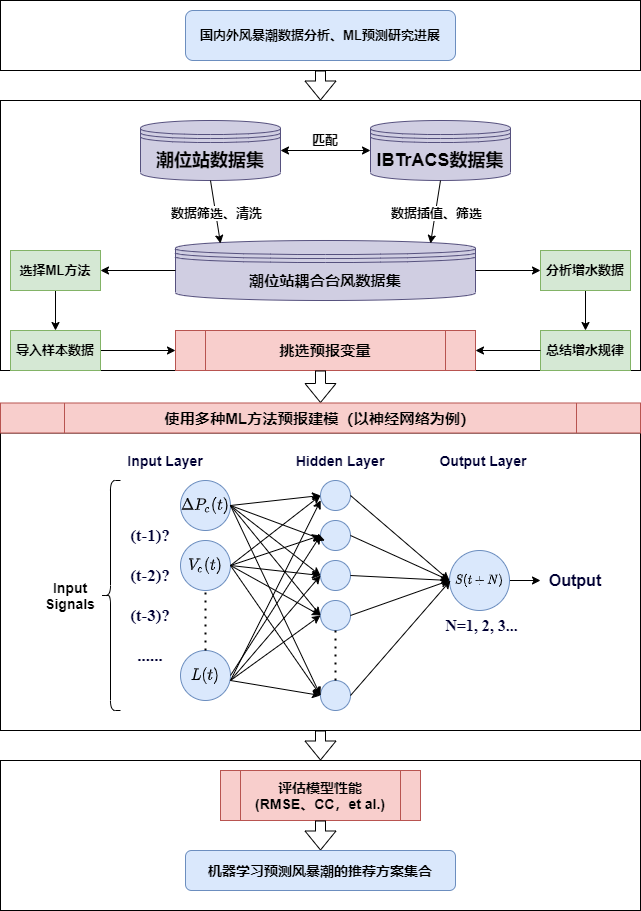
Before: 毕业设计.png, a diagram exported from draw.io (Xylitolor/Xylitolee). Source tidied: cells renumbered, new cells last; positions are measured from the earlier drawing's top-left corner, leaving out a move shared by most shapes.
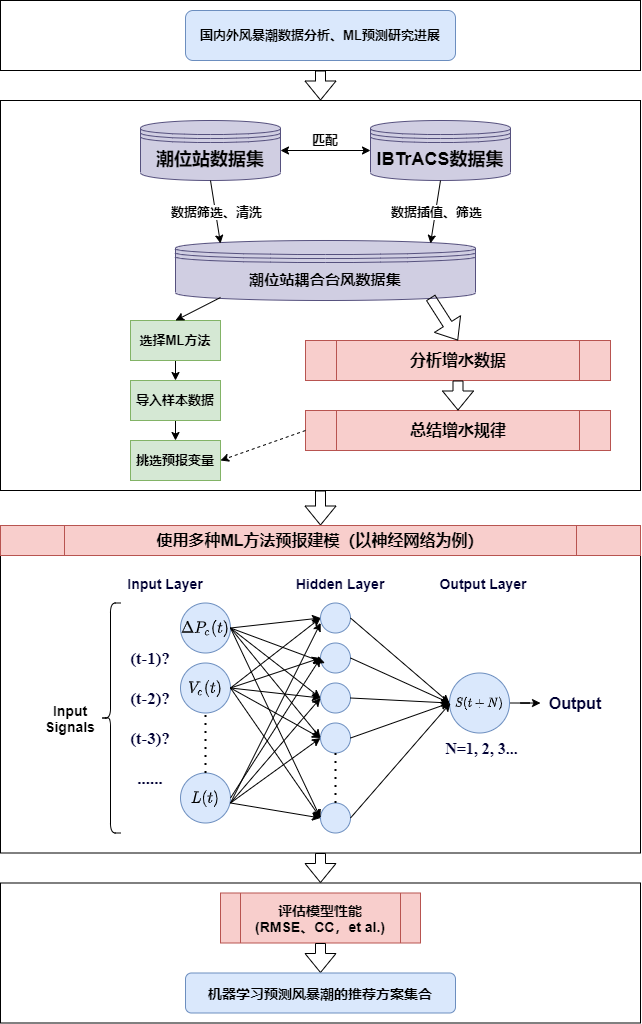
The same file after the commit.

Commit message:
更新毕业设计.png

What changed in the source:
```diff
@@ -3,68 +3,49 @@
     <mxCell id="0" />
     <mxCell id="1" parent="0" />
     <mxCell id="2" style="rounded=0;whiteSpace=wrap;html=1;labelBackgroundColor=none;fontFamily=Helvetica;fontSize=14;fontColor=#000033;" parent="1" vertex="1">
-      <mxGeometry width="640" height="70" as="geometry" />
+      <mxGeometry y="-122.5" width="640" height="70" as="geometry" />
     </mxCell>
     <mxCell id="3" style="rounded=0;whiteSpace=wrap;html=1;labelBackgroundColor=none;fontFamily=Helvetica;fontSize=14;fontColor=#000033;" parent="1" vertex="1">
-      <mxGeometry y="760" width="640" height="150" as="geometry" />
+      <mxGeometry y="760" width="640" height="140" as="geometry" />
     </mxCell>
     <mxCell id="4" style="rounded=0;whiteSpace=wrap;html=1;labelBackgroundColor=none;fontFamily=Helvetica;fontSize=13;fontColor=#000033;" parent="1" vertex="1">
-      <mxGeometry y="100" width="640" height="270" as="geometry" />
+      <mxGeometry y="-22.5" width="640" height="390" as="geometry" />
     </mxCell>
     <mxCell id="5" value="&lt;h2&gt;&lt;b&gt;潮位站数据集&lt;/b&gt;&lt;/h2&gt;" style="shape=datastore;whiteSpace=wrap;html=1;fillColor=#d0cee2;strokeColor=#56517e;" parent="1" vertex="1">
-      <mxGeometry x="140" y="120" width="140" height="60" as="geometry" />
+      <mxGeometry x="140" y="-2.5" width="140" height="60" as="geometry" />
     </mxCell>
     <mxCell id="6" value="&lt;h2&gt;IBTrACS数据集&lt;/h2&gt;" style="shape=datastore;whiteSpace=wrap;html=1;fillColor=#d0cee2;strokeColor=#56517e;" parent="1" vertex="1">
-      <mxGeometry x="370" y="120" width="140" height="60" as="geometry" />
+      <mxGeometry x="370" y="-2.5" width="140" height="60" as="geometry" />
     </mxCell>
     <mxCell id="7" style="endArrow=classic;startArrow=classic;html=1;exitX=1;exitY=0.5;exitDx=0;exitDy=0;entryX=0;entryY=0.5;entryDx=0;entryDy=0;" parent="1" edge="1" source="5" target="6">
       <mxGeometry relative="1" as="geometry" />
     </mxCell>
     <mxCell id="8" value="&lt;h6 style=&quot;font-size: 13px;&quot;&gt;匹配&lt;/h6&gt;" style="text;html=1;strokeColor=none;fillColor=none;align=center;verticalAlign=middle;whiteSpace=wrap;rounded=0;fontFamily=Helvetica;fontSize=13;" parent="1" vertex="1">
-      <mxGeometry x="305" y="130" width="40" height="20" as="geometry" />
+      <mxGeometry x="305" y="7.5" width="40" height="20" as="geometry" />
     </mxCell>
     <mxCell id="9" value="&lt;h3&gt;潮位站耦合台风数据集&lt;/h3&gt;" style="shape=datastore;whiteSpace=wrap;html=1;fontFamily=Helvetica;fontSize=13;fillColor=#d0cee2;strokeColor=#56517e;" parent="1" vertex="1">
-      <mxGeometry x="175" y="240" width="300" height="60" as="geometry" />
+      <mxGeometry x="175" y="117.5" width="300" height="60" as="geometry" />
     </mxCell>
-    <mxCell id="10" style="edgeStyle=orthogonalEdgeStyle;rounded=0;jettySize=auto;html=1;exitX=0.5;exitY=1;exitDx=0;exitDy=0;entryX=0.5;entryY=0;entryDx=0;entryDy=0;fontFamily=Helvetica;fontSize=14;fontColor=#000033;" parent="1" edge="1" source="11" target="12">
-      <mxGeometry relative="1" as="geometry" />
-    </mxCell>
-    <mxCell id="11" value="分析增水数据&lt;br&gt;" style="rounded=0;whiteSpace=wrap;html=1;fontFamily=Helvetica;fontSize=13;fillColor=#d5e8d4;strokeColor=#82b366;fontStyle=1;" parent="1" vertex="1">
-      <mxGeometry x="540" y="250" width="90" height="40" as="geometry" />
+    <mxCell id="11" value="挑选预报变量" style="rounded=0;whiteSpace=wrap;html=1;fontFamily=Helvetica;fontSize=13;fillColor=#d5e8d4;strokeColor=#82b366;fontStyle=1;" parent="1" vertex="1">
+      <mxGeometry x="130" y="317.5" width="90" height="40" as="geometry" />
     </mxCell>
-    <mxCell id="12" value="总结增水规律" style="rounded=0;whiteSpace=wrap;html=1;fontFamily=Helvetica;fontSize=13;fillColor=#d5e8d4;strokeColor=#82b366;fontStyle=1;" parent="1" vertex="1">
-      <mxGeometry x="540" y="330" width="90" height="40" as="geometry" />
-    </mxCell>
-    <mxCell id="13" style="edgeStyle=orthogonalEdgeStyle;rounded=0;orthogonalLoop=1;jettySize=auto;html=1;exitX=0.5;exitY=1;exitDx=0;exitDy=0;entryX=0.5;entryY=0;entryDx=0;entryDy=0;fontFamily=Helvetica;fontSize=13;" parent="1" edge="1">
-      <mxGeometry relative="1" as="geometry">
-        <mxPoint x="55" y="290" as="sourcePoint" />
-        <mxPoint x="55" y="330" as="targetPoint" />
-      </mxGeometry>
+    <mxCell id="13" style="edgeStyle=orthogonalEdgeStyle;rounded=0;jettySize=auto;html=1;exitX=0.5;exitY=1;exitDx=0;exitDy=0;entryX=0.5;entryY=0;entryDx=0;entryDy=0;fontFamily=Helvetica;fontSize=13;" parent="1" edge="1" source="14" target="20">
+      <mxGeometry relative="1" as="geometry" />
     </mxCell>
     <mxCell id="14" value="选择ML方法" style="rounded=0;whiteSpace=wrap;html=1;fontFamily=Helvetica;fontSize=13;fillColor=#d5e8d4;strokeColor=#82b366;fontStyle=1;" parent="1" vertex="1">
-      <mxGeometry x="10" y="250" width="90" height="40" as="geometry" />
+      <mxGeometry x="130" y="197.5" width="90" height="40" as="geometry" />
     </mxCell>
-    <mxCell id="15" value="&lt;h3&gt;挑选预报变量&lt;/h3&gt;" style="shape=process;whiteSpace=wrap;html=1;backgroundOutline=1;fontFamily=Helvetica;fontSize=13;fontStyle=0;fillColor=#f8cecc;strokeColor=#b85450;" parent="1" vertex="1">
-      <mxGeometry x="175" y="330" width="300" height="40" as="geometry" />
-    </mxCell>
     <mxCell id="16" style="edgeStyle=orthogonalEdgeStyle;rounded=0;orthogonalLoop=1;jettySize=auto;html=1;exitX=0.5;exitY=1;exitDx=0;exitDy=0;fontFamily=Helvetica;fontSize=13;" parent="1" edge="1" source="11" target="11">
       <mxGeometry relative="1" as="geometry" />
     </mxCell>
-    <mxCell id="17" style="endArrow=classic;html=1;fontFamily=Helvetica;fontSize=13;entryX=1;entryY=0.5;entryDx=0;entryDy=0;exitX=0;exitY=0.5;exitDx=0;exitDy=0;" parent="1" edge="1" source="12" target="15">
+    <mxCell id="17" style="endArrow=classic;html=1;fontFamily=Helvetica;fontSize=13;entryX=0.5;entryY=0;entryDx=0;entryDy=0;exitX=0.5;exitY=1;exitDx=0;exitDy=0;" parent="1" edge="1" source="20" target="11">
       <mxGeometry relative="1" as="geometry" />
     </mxCell>
-    <mxCell id="18" style="endArrow=classic;html=1;fontFamily=Helvetica;fontSize=13;entryX=0;entryY=0.5;entryDx=0;entryDy=0;exitX=1;exitY=0.5;exitDx=0;exitDy=0;" parent="1" edge="1" target="15">
-      <mxGeometry relative="1" as="geometry">
-        <mxPoint x="100" y="350" as="sourcePoint" />
-      </mxGeometry>
-    </mxCell>
-    <mxCell id="19" style="endArrow=classic;html=1;fontFamily=Helvetica;fontSize=13;entryX=1;entryY=0.5;entryDx=0;entryDy=0;exitX=0;exitY=0.5;exitDx=0;exitDy=0;" parent="1" edge="1" source="9">
-      <mxGeometry relative="1" as="geometry">
-        <mxPoint x="100" y="270" as="targetPoint" />
-      </mxGeometry>
+    <mxCell id="19" style="endArrow=classic;html=1;fontFamily=Helvetica;fontSize=13;entryX=0.5;entryY=0;entryDx=0;entryDy=0;exitX=0.15;exitY=0.95;exitDx=0;exitDy=0;exitPerimeter=0;" parent="1" edge="1" source="9" target="14">
+      <mxGeometry relative="1" as="geometry" />
     </mxCell>
     <mxCell id="20" value="导入样本数据" style="rounded=0;whiteSpace=wrap;html=1;fontFamily=Helvetica;fontSize=13;fillColor=#d5e8d4;strokeColor=#82b366;fontStyle=1;" parent="1" vertex="1">
-      <mxGeometry x="10" y="330" width="90" height="40" as="geometry" />
+      <mxGeometry x="130" y="257.5" width="90" height="40" as="geometry" />
     </mxCell>
     <mxCell id="21" style="rounded=0;whiteSpace=wrap;html=1;fontFamily=Helvetica;fontSize=13;" parent="1" vertex="1">
       <mxGeometry y="432.5" width="640" height="297.5" as="geometry" />
@@ -216,11 +197,6 @@
     <mxCell id="63" value="&lt;span style=&quot;font-size: 10.5pt&quot;&gt;机器学习预测风暴潮的推荐方案集合&lt;/span&gt;" style="rounded=1;whiteSpace=wrap;html=1;fontFamily=Helvetica;fontSize=14;fillColor=#dae8fc;strokeColor=#6c8ebf;fontStyle=1;" parent="1" vertex="1">
       <mxGeometry x="185" y="850" width="270" height="40" as="geometry" />
     </mxCell>
-    <mxCell id="64" style="endArrow=classic;html=1;fontFamily=Helvetica;fontSize=14;fontColor=#000033;entryX=0;entryY=0.5;entryDx=0;entryDy=0;" parent="1" edge="1" target="11">
-      <mxGeometry relative="1" as="geometry">
-        <mxPoint x="475" y="270" as="sourcePoint" />
-      </mxGeometry>
-    </mxCell>
     <mxCell id="65" style="shape=flexArrow;endArrow=classic;html=1;fontFamily=Helvetica;fontSize=13;fontColor=#000033;entryX=0.5;entryY=0;entryDx=0;entryDy=0;exitX=0.5;exitY=1;exitDx=0;exitDy=0;" parent="1" edge="1" source="4" target="70">
       <mxGeometry relative="1" as="geometry" />
     </mxCell>
@@ -236,7 +212,7 @@
     <mxCell id="69" value="数据插值、筛选" style="edgeLabel;html=1;align=center;verticalAlign=middle;fontStyle=1;fontSize=13;" parent="68" vertex="1">
       <mxGeometry relative="1" as="geometry" />
     </mxCell>
-    <mxCell id="70" value="&lt;h3&gt;使用多种ML方法预报建模（以神经网络为例）&lt;/h3&gt;" style="shape=process;whiteSpace=wrap;html=1;backgroundOutline=1;fontFamily=Helvetica;fontSize=13;fillColor=#f8cecc;strokeColor=#b85450;" parent="1" vertex="1">
+    <mxCell id="70" value="&lt;h3&gt;&lt;font style=&quot;font-size: 16px&quot;&gt;使用多种ML方法预报建模（以神经网络为例）&lt;/font&gt;&lt;/h3&gt;" style="shape=process;whiteSpace=wrap;html=1;backgroundOutline=1;fontFamily=Helvetica;fontSize=13;fillColor=#f8cecc;strokeColor=#b85450;" parent="1" vertex="1">
       <mxGeometry y="402.5" width="640" height="30" as="geometry" />
     </mxCell>
     <mxCell id="71" value="&lt;font face=&quot;Times New Roman&quot; style=&quot;font-size: 17px;&quot;&gt;&lt;b style=&quot;font-size: 17px;&quot;&gt;(t-1)?&lt;br style=&quot;font-size: 17px;&quot;&gt;&lt;br style=&quot;font-size: 17px;&quot;&gt;(t-2)?&lt;br style=&quot;font-size: 17px;&quot;&gt;&lt;br style=&quot;font-size: 17px;&quot;&gt;(t-3)?&lt;br style=&quot;font-size: 17px;&quot;&gt;&lt;br style=&quot;font-size: 17px;&quot;&gt;......&lt;/b&gt;&lt;/font&gt;" style="text;html=1;strokeColor=none;fillColor=none;align=center;verticalAlign=middle;whiteSpace=wrap;rounded=0;fontFamily=Helvetica;fontSize=17;fontColor=#000033;labelBorderColor=none;labelBackgroundColor=none;" parent="1" vertex="1">
@@ -246,10 +222,25 @@
       <mxGeometry x="441" y="615" width="81" height="20" as="geometry" />
     </mxCell>
     <mxCell id="73" value="国内外风暴潮数据分析、ML预测研究进展" style="rounded=1;whiteSpace=wrap;html=1;labelBackgroundColor=none;fontFamily=Helvetica;fontSize=13;fillColor=#dae8fc;strokeColor=#6c8ebf;fontStyle=1;" parent="1" vertex="1">
-      <mxGeometry x="185" y="10" width="270" height="50" as="geometry" />
+      <mxGeometry x="185" y="-112.5" width="270" height="50" as="geometry" />
     </mxCell>
     <mxCell id="74" style="shape=flexArrow;endArrow=classic;html=1;fontFamily=Helvetica;fontSize=13;fontColor=#000033;exitX=0.5;exitY=1;exitDx=0;exitDy=0;entryX=0.5;entryY=0;entryDx=0;entryDy=0;" parent="1" edge="1" source="2" target="4">
       <mxGeometry relative="1" as="geometry" />
     </mxCell>
+    <mxCell id="75" value="&lt;font style=&quot;font-size: 16px&quot;&gt;分析增水数据&lt;/font&gt;" style="shape=process;whiteSpace=wrap;html=1;backgroundOutline=1;labelBackgroundColor=none;fontFamily=Helvetica;fontSize=14;fillColor=#f8cecc;strokeColor=#b85450;fontStyle=1;" parent="1" vertex="1">
+      <mxGeometry x="305" y="217.5" width="305" height="40" as="geometry" />
+    </mxCell>
+    <mxCell id="12" value="&lt;b&gt;&lt;font style=&quot;font-size: 16px&quot;&gt;总结增水规律&lt;/font&gt;&lt;/b&gt;" style="shape=process;whiteSpace=wrap;html=1;backgroundOutline=1;labelBackgroundColor=none;fontFamily=Helvetica;fontSize=14;fillColor=#f8cecc;strokeColor=#b85450;" parent="1" vertex="1">
+      <mxGeometry x="305" y="287.5" width="305" height="40" as="geometry" />
+    </mxCell>
+    <mxCell id="76" style="shape=flexArrow;endArrow=classic;html=1;fontFamily=Helvetica;fontSize=14;fontColor=#000033;exitX=0.85;exitY=0.95;exitDx=0;exitDy=0;entryX=0.5;entryY=0;entryDx=0;entryDy=0;exitPerimeter=0;" parent="1" edge="1" source="9" target="75">
+      <mxGeometry relative="1" as="geometry" />
+    </mxCell>
+    <mxCell id="77" style="shape=flexArrow;endArrow=classic;html=1;fontFamily=Helvetica;fontSize=14;fontColor=#000033;exitX=0.5;exitY=1;exitDx=0;exitDy=0;entryX=0.5;entryY=0;entryDx=0;entryDy=0;" parent="1" edge="1" source="75" target="12">
+      <mxGeometry relative="1" as="geometry" />
+    </mxCell>
+    <mxCell id="78" style="endArrow=classic;html=1;fontFamily=Helvetica;fontSize=14;fontColor=#000033;entryX=1;entryY=0.5;entryDx=0;entryDy=0;exitX=0;exitY=0.5;exitDx=0;exitDy=0;rounded=1;dashed=1;" parent="1" edge="1" source="12" target="11">
+      <mxGeometry relative="1" as="geometry" />
+    </mxCell>
   </root>
 </mxGraphModel>
```
